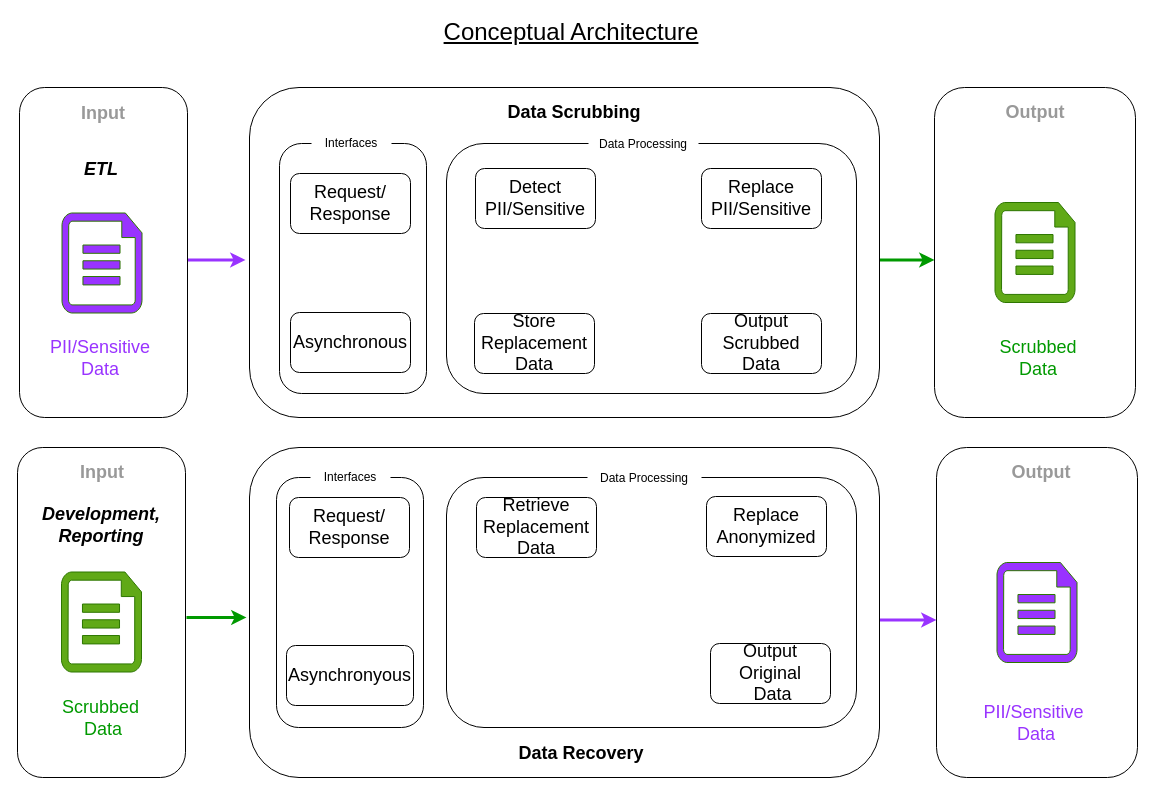
The draw.io diagram page "Concept. Arch." (5 of 7) of AB2 - 2022-12-04-v1.drawio in fotoby/ab3, before the edit. Source tidied: cells renumbered, new cells numbered last; positions are measured from the earlier drawing's top-left corner, leaving out a move shared by most shapes. Both pictures are drawn from the tidied source at 100%, with x=0, y=0 at pixel (17, 17).
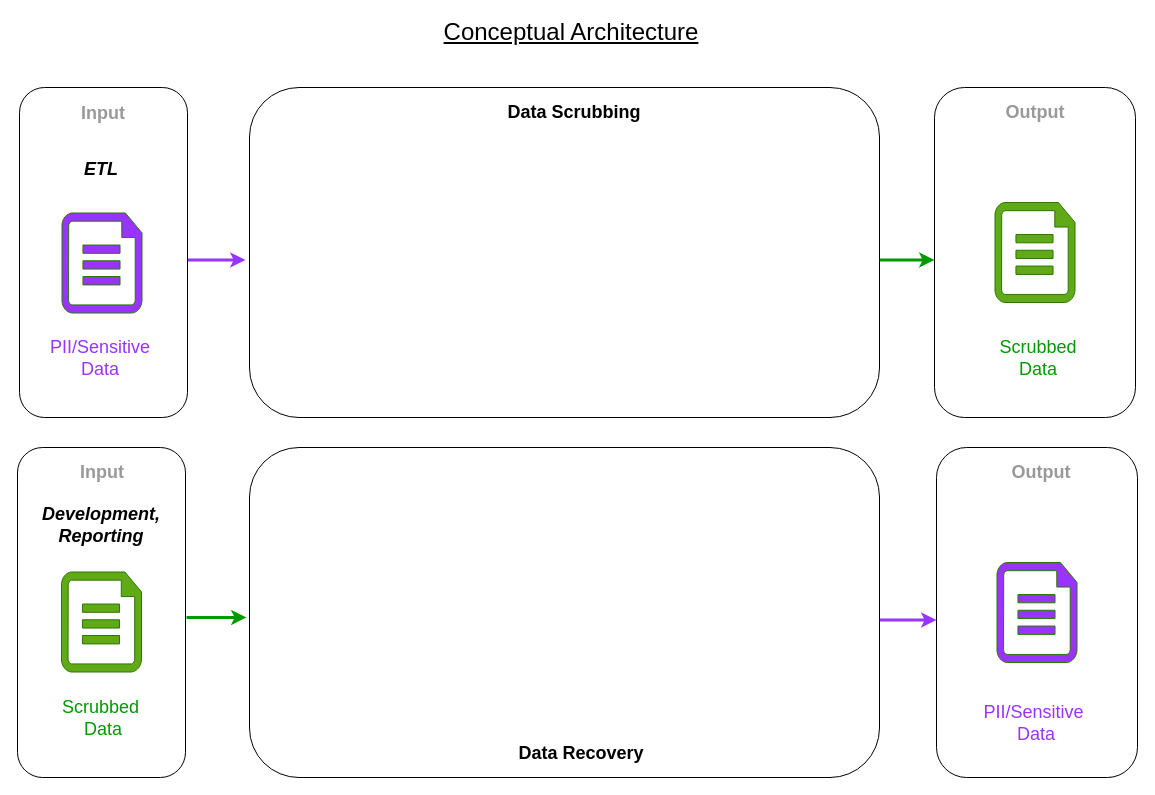
The same diagram, later.

Unchanged cells that the change refers to:
```xml
<mxCell id="6" style="rounded=1;whiteSpace=wrap;html=1;shadow=0;labelBorderColor=none;strokeColor=default;fontSize=18;fontColor=#000000;" parent="1" vertex="1">
  <mxGeometry x="917" y="70" width="201" height="330" as="geometry" />
</mxCell>
```

The edit, as a diff of the source:
```diff
@@
-    <mxCell id="31" parent="0" />
-    <mxCell id="32" style="rounded=1;whiteSpace=wrap;html=1;shadow=0;labelBorderColor=none;strokeColor=default;fontSize=18;fontColor=#000000;" parent="31" vertex="1">
-      <mxGeometry x="429" y="460" width="410" height="250" as="geometry" />
-    </mxCell>
-    <mxCell id="33" style="rounded=1;whiteSpace=wrap;html=1;shadow=0;labelBorderColor=none;strokeColor=default;fontSize=18;fontColor=#000000;" parent="31" vertex="1">
-      <mxGeometry x="259" y="460" width="147" height="250" as="geometry" />
-    </mxCell>
-    <mxCell id="34" value="Replace Anonymized" style="rounded=1;whiteSpace=wrap;html=1;shadow=0;labelBorderColor=none;strokeColor=default;fontSize=18;fontColor=#000000;" parent="31" vertex="1">
-      <mxGeometry x="689" y="479" width="120" height="60" as="geometry" />
-    </mxCell>
-    <mxCell id="35" value="Output Original&lt;br&gt;&amp;nbsp;Data" style="rounded=1;whiteSpace=wrap;html=1;shadow=0;labelBorderColor=none;strokeColor=default;fontSize=18;fontColor=#000000;" parent="31" vertex="1">
-      <mxGeometry x="693" y="626" width="120" height="60" as="geometry" />
-    </mxCell>
-    <mxCell id="36" value="Retrieve Replacement&lt;br&gt;Data" style="rounded=1;whiteSpace=wrap;html=1;shadow=0;labelBorderColor=none;strokeColor=default;fontSize=18;fontColor=#000000;" parent="31" vertex="1">
-      <mxGeometry x="459" y="480" width="120" height="60" as="geometry" />
-    </mxCell>
-    <mxCell id="37" value="Asynchronyous" style="rounded=1;whiteSpace=wrap;html=1;shadow=0;labelBorderColor=none;strokeColor=default;fontSize=18;fontColor=#000000;" parent="31" vertex="1">
-      <mxGeometry x="269" y="628" width="127" height="60" as="geometry" />
-    </mxCell>
-    <mxCell id="38" value="Request/ Response" style="rounded=1;whiteSpace=wrap;html=1;shadow=0;labelBorderColor=none;strokeColor=default;fontSize=18;fontColor=#000000;" parent="31" vertex="1">
-      <mxGeometry x="272" y="480" width="120" height="60" as="geometry" />
-    </mxCell>
-    <mxCell id="39" value="Interfaces" style="text;html=1;align=center;verticalAlign=middle;whiteSpace=wrap;rounded=1;fillColor=#FFFFFF;strokeColor=none;gradientColor=#FFFFFF;" parent="31" vertex="1">
-      <mxGeometry x="293" y="445" width="80" height="30" as="geometry" />
-    </mxCell>
-    <mxCell id="40" value="Data Processing" style="text;html=1;align=center;verticalAlign=middle;whiteSpace=wrap;rounded=1;fillColor=#FFFFFF;strokeColor=none;gradientColor=#FFFFFF;" parent="31" vertex="1">
-      <mxGeometry x="570" y="446" width="114" height="30" as="geometry" />
-    </mxCell>
-    <mxCell id="41" parent="0" />
-    <mxCell id="42" style="group;" parent="41" vertex="1">
-      <mxGeometry x="262" y="111" width="147" height="265" as="geometry" />
-    </mxCell>
-    <mxCell id="43" style="rounded=1;whiteSpace=wrap;html=1;shadow=0;labelBorderColor=none;strokeColor=default;fontSize=18;fontColor=#000000;" parent="42" vertex="1">
-      <mxGeometry y="15" width="147" height="250" as="geometry" />
-    </mxCell>
-    <mxCell id="44" value="Request/&lt;br&gt;Response" style="rounded=1;whiteSpace=wrap;html=1;shadow=0;labelBorderColor=none;strokeColor=default;fontSize=18;fontColor=#000000;" parent="42" vertex="1">
-      <mxGeometry x="11" y="45" width="120" height="60" as="geometry" />
-    </mxCell>
-    <mxCell id="45" value="Asynchronous" style="rounded=1;whiteSpace=wrap;html=1;shadow=0;labelBorderColor=none;strokeColor=default;fontSize=18;fontColor=#000000;" parent="42" vertex="1">
-      <mxGeometry x="11" y="184" width="120" height="60" as="geometry" />
-    </mxCell>
-    <mxCell id="46" value="Interfaces" style="text;html=1;align=center;verticalAlign=middle;whiteSpace=wrap;rounded=1;fillColor=#FFFFFF;strokeColor=none;gradientColor=#FFFFFF;" parent="42" vertex="1">
-      <mxGeometry x="32" width="80" height="30" as="geometry" />
-    </mxCell>
-    <mxCell id="47" style="group;" parent="41" vertex="1">
-      <mxGeometry x="429" y="112" width="410" height="264" as="geometry" />
-    </mxCell>
-    <mxCell id="48" style="rounded=1;whiteSpace=wrap;html=1;shadow=0;labelBorderColor=none;strokeColor=default;fontSize=18;fontColor=#000000;" parent="47" vertex="1">
-      <mxGeometry y="14" width="410" height="250" as="geometry" />
-    </mxCell>
-    <mxCell id="49" value="Detect PII/Sensitive" style="rounded=1;whiteSpace=wrap;html=1;shadow=0;labelBorderColor=none;strokeColor=default;fontSize=18;fontColor=#000000;" parent="47" vertex="1">
-      <mxGeometry x="29" y="39" width="120" height="60" as="geometry" />
-    </mxCell>
-    <mxCell id="50" value="Replace PII/Sensitive" style="rounded=1;whiteSpace=wrap;html=1;shadow=0;labelBorderColor=none;strokeColor=default;fontSize=18;fontColor=#000000;" parent="47" vertex="1">
-      <mxGeometry x="255" y="39" width="120" height="60" as="geometry" />
-    </mxCell>
-    <mxCell id="51" value="Store Replacement&lt;br&gt;Data" style="rounded=1;whiteSpace=wrap;html=1;shadow=0;labelBorderColor=none;strokeColor=default;fontSize=18;fontColor=#000000;" parent="47" vertex="1">
-      <mxGeometry x="28" y="184" width="120" height="60" as="geometry" />
-    </mxCell>
-    <mxCell id="52" value="Output&lt;br&gt;Scrubbed Data" style="rounded=1;whiteSpace=wrap;html=1;shadow=0;labelBorderColor=none;strokeColor=default;fontSize=18;fontColor=#000000;" parent="47" vertex="1">
-      <mxGeometry x="255" y="184" width="120" height="60" as="geometry" />
-    </mxCell>
-    <mxCell id="53" value="Data Processing" style="text;html=1;align=center;verticalAlign=middle;whiteSpace=wrap;rounded=1;fillColor=#FFFFFF;strokeColor=none;gradientColor=#FFFFFF;" parent="47" vertex="1">
-      <mxGeometry x="142" width="110" height="30" as="geometry" />
-    </mxCell>
-    <mxCell id="54" style="edgeStyle=orthogonalEdgeStyle;rounded=0;orthogonalLoop=1;jettySize=auto;html=1;exitX=0.5;exitY=1;exitDx=0;exitDy=0;" parent="41" edge="1" source="6" target="6">
-      <mxGeometry relative="1" as="geometry" />
-    </mxCell>
```
